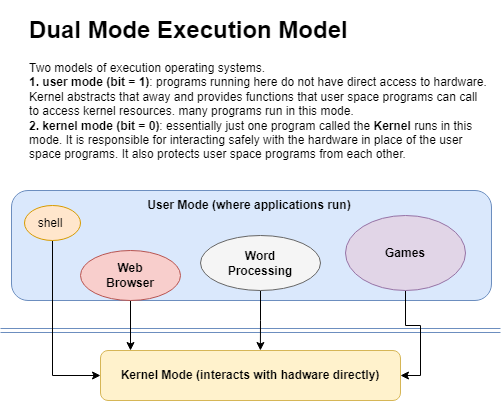
Before: assets/dual-mode-execution-mode.drawio.png, a diagram exported from draw.io (Joe-Degs/Joe-Degs.github.io). Source tidied: cells renumbered, new cells last; positions are measured from the earlier drawing's top-left corner, leaving out a move shared by most shapes.
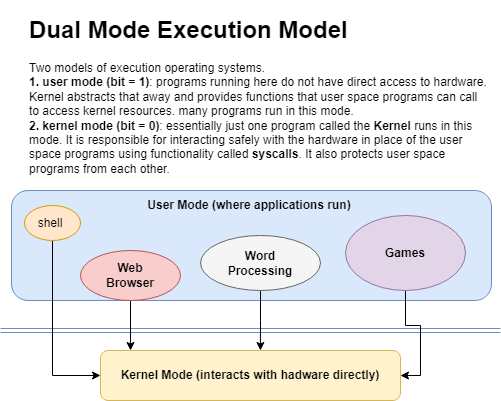
Later version of the same file.

What changed in the source:
```diff
@@ -20,8 +20,8 @@
     <mxCell id="6" value="Kernel Mode (interacts with hadware directly)" style="text;html=1;strokeColor=none;fillColor=none;align=center;verticalAlign=middle;whiteSpace=wrap;rounded=0;fontStyle=1;" parent="1" vertex="1">
       <mxGeometry x="100" y="350" width="300" height="30" as="geometry" />
     </mxCell>
-    <mxCell id="7" value="&lt;h1&gt;Dual Mode Execution Model&lt;/h1&gt;&lt;div&gt;Two models of execution operating systems.&lt;/div&gt;&lt;b style=&quot;background-color: initial;&quot;&gt;1. user mode (bit = 1)&lt;/b&gt;&lt;span style=&quot;background-color: initial;&quot;&gt;: programs running here do not have direct access to hardware. Kernel abstracts that away and provides functions that user space programs can call to access kernel resources. many programs run in this mode.&lt;/span&gt;&lt;span style=&quot;font-weight: 700; text-align: center;&quot;&gt;&lt;br&gt;&lt;/span&gt;&lt;div&gt;&lt;b&gt;2. kernel mode (bit = 0)&lt;/b&gt;: essentially just one program called the &lt;b&gt;Kernel &lt;/b&gt;runs in this mode. It is responsible for interacting safely with the hardware in place of the user space programs. It also protects user space programs from each other.&amp;nbsp;&lt;/div&gt;" style="text;html=1;strokeColor=none;fillColor=none;spacing=5;spacingTop=-20;whiteSpace=wrap;overflow=hidden;rounded=0;" parent="1" vertex="1">
-      <mxGeometry x="24" width="466" height="160" as="geometry" />
+    <mxCell id="7" value="&lt;h1&gt;Dual Mode Execution Model&lt;/h1&gt;&lt;div&gt;Two models of execution operating systems.&lt;/div&gt;&lt;b style=&quot;background-color: initial;&quot;&gt;1. user mode (bit = 1)&lt;/b&gt;&lt;span style=&quot;background-color: initial;&quot;&gt;: programs running here do not have direct access to hardware. Kernel abstracts that away and provides functions that user space programs can call to access kernel resources. many programs run in this mode.&lt;/span&gt;&lt;span style=&quot;font-weight: 700; text-align: center;&quot;&gt;&lt;br&gt;&lt;/span&gt;&lt;div&gt;&lt;b&gt;2. kernel mode (bit = 0)&lt;/b&gt;: essentially just one program called the &lt;b&gt;Kernel &lt;/b&gt;runs in this mode. It is responsible for interacting safely with the hardware in place of the user space programs using functionality called &lt;b&gt;syscalls&lt;/b&gt;. It also protects user space programs from each other.&amp;nbsp;&lt;/div&gt;" style="text;html=1;strokeColor=none;fillColor=none;spacing=5;spacingTop=-20;whiteSpace=wrap;overflow=hidden;rounded=0;" parent="1" vertex="1">
+      <mxGeometry x="24" width="466" height="170" as="geometry" />
     </mxCell>
     <mxCell id="8" style="edgeStyle=orthogonalEdgeStyle;jettySize=auto;html=1;exitX=0.5;exitY=1;exitDx=0;exitDy=0;entryX=0;entryY=0.5;entryDx=0;entryDy=0;rounded=0;" parent="1" edge="1" source="9" target="6">
       <mxGeometry relative="1" as="geometry" />
```
